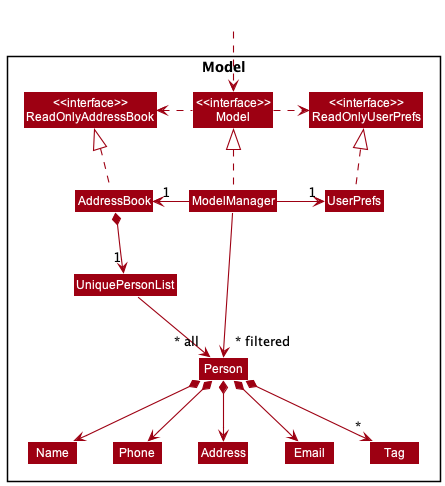
This is docs/images/ModelClassDiagram.png from nus-cs2103-AY2223S2/tp, a PlantUML export, as it was before one commit.
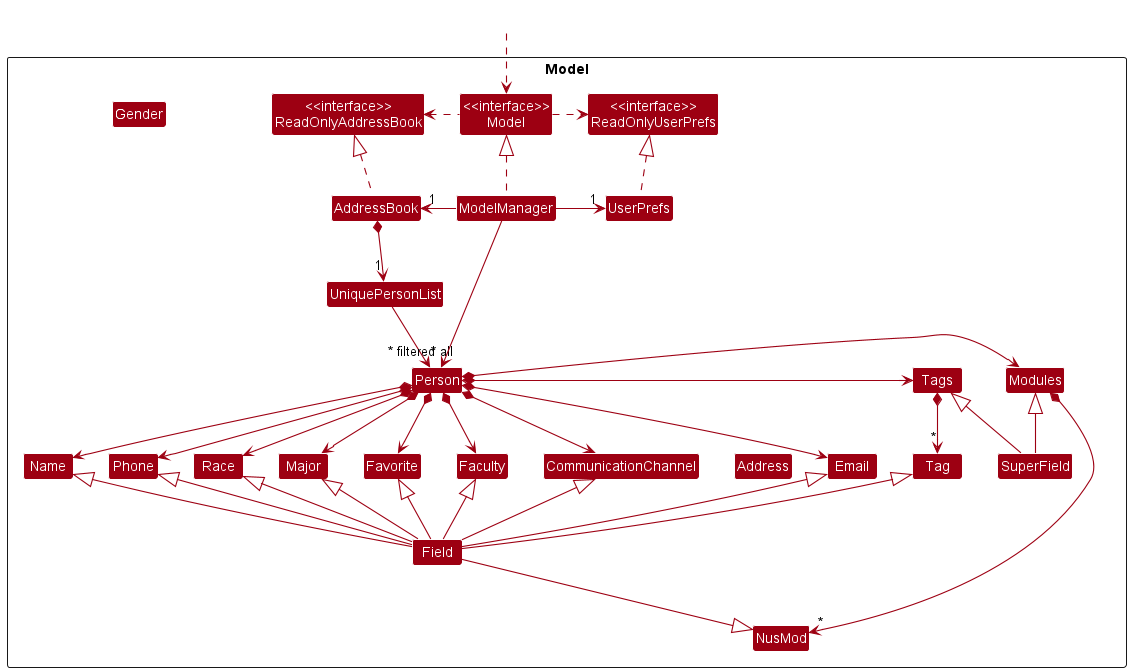
After the commit.

Commit message:
Edit ModelClassDiagram to reflect current Person Class

Change to the diagram source:
```diff
@@ -19,7 +19,18 @@
 Class Name
 Class Phone
 Class Tag
+Class CommunicationChannel
+Class Faculty
+Class Favorite
+Class Gender
+Class Major
+Class Modules
+Class Race
+Class Tags
+Class NusMod
 
+Class Field
+Class SuperField
 }
 
 Class HiddenOutside #FFFFFF
@@ -39,8 +50,29 @@
 Person *--> Name
 Person *--> Phone
 Person *--> Email
-Person *--> Address
-Person *--> "*" Tag
+Person *--> CommunicationChannel
+Person *--> Faculty
+Person *--> Favorite
+Person *--> Major
+Person *-right-> Modules
+Modules *--> "*" NusMod
+Person *--> Race
+Person *-right-> Tags
+Tags *--> "*" Tag
+
+Field -up-|> Name
+Field -up-|> Phone
+Field -up-|> Email
+Field -up-|> CommunicationChannel
+Field -up-|> Faculty
+Field -up-|> Favorite
+Field -up-|> Major
+Field --|> NusMod
+Field -up-|> Race
+Field -up-|> Tag
+
+SuperField -up-|> Modules
+SuperField -up-|> Tags
 
 Name -[hidden]right-> Phone
 Phone -[hidden]right-> Address
```
